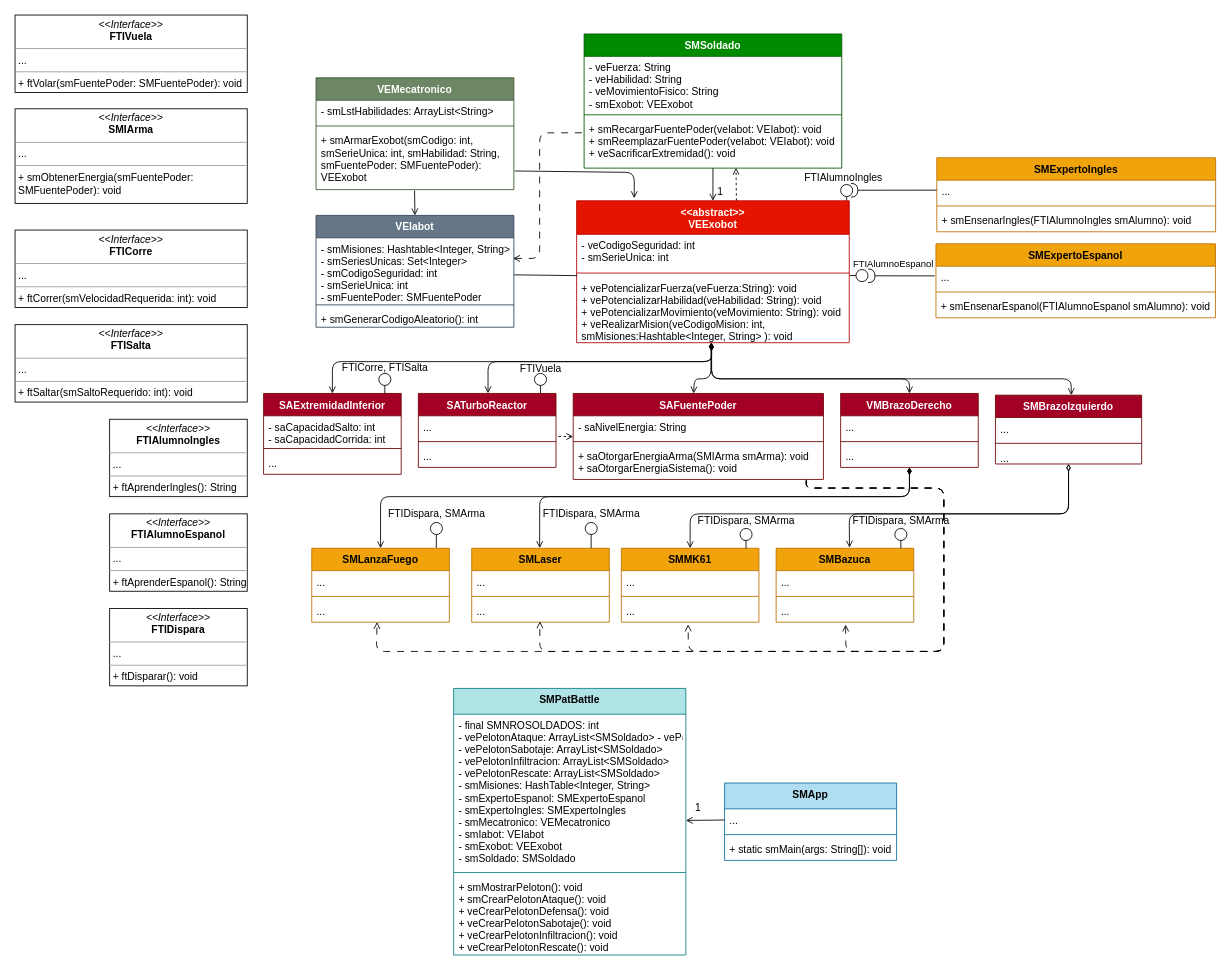
mateonicolasg/Grupo5.Exobot keeps this draw.io diagram as utilities/SMDC.Exobot2.0.drawio. Above is the earlier version. Source tidied: cells renumbered, new cells numbered last; positions are measured from the earlier drawing's top-left corner, leaving out a move shared by most shapes. Both pictures are drawn from the tidied source at 86%, with x=0, y=0 at pixel (15, 15).
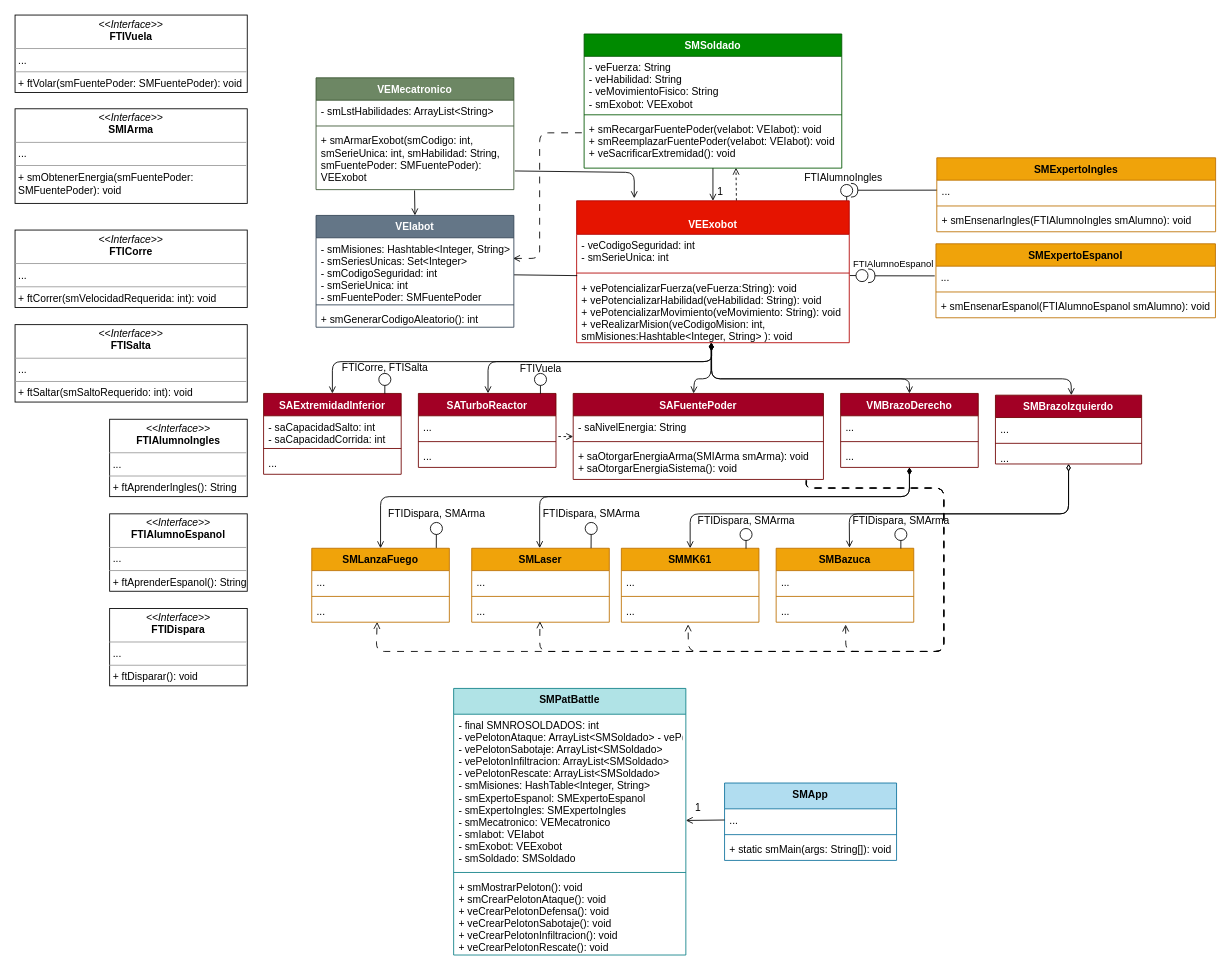
The same page after the edit.

The edit, as a diff of the source:
```diff
@@
-    <mxCell id="9" value="&lt;&lt;abstract&gt;&gt;&#10;VEExobot" style="swimlane;fontStyle=1;align=center;verticalAlign=top;horizontal=1;startSize=39;fillColor=#e51400;strokeColor=#B20000;fontColor=#ffffff;" parent="1" vertex="1">
+    <mxCell id="9" value="&#10;VEExobot" style="swimlane;fontStyle=1;align=center;verticalAlign=top;horizontal=1;startSize=39;fillColor=#e51400;strokeColor=#B20000;fontColor=#ffffff;" parent="1" vertex="1">
       <mxGeometry x="653" y="216" width="317" height="165" as="geometry" />
     </mxCell>
```
